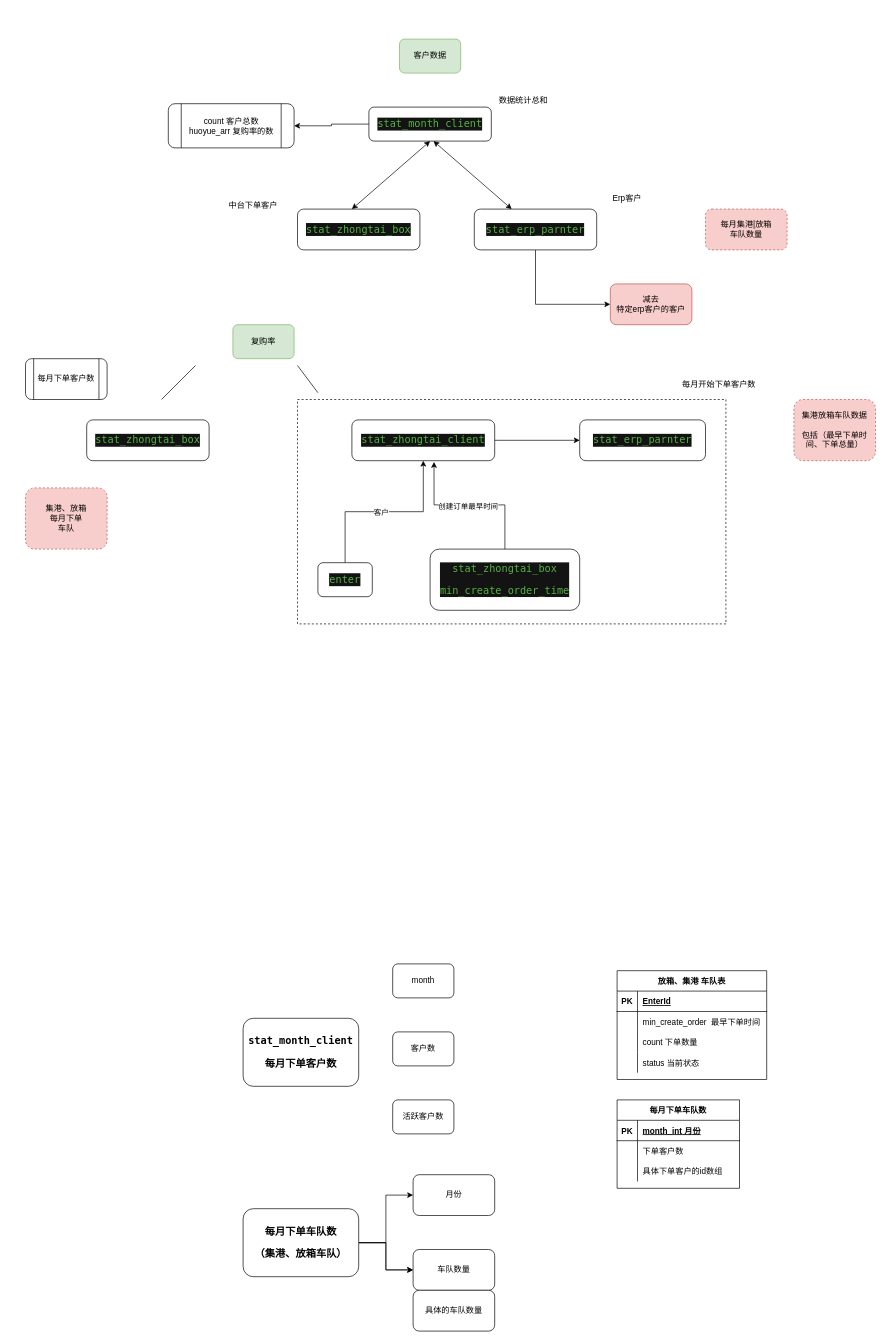
Before: 数据分析-客户数据.drawio in gongyao1992/draw, a draw.io diagram. Source tidied: cells renumbered, new cells numbered last; positions are measured from the earlier drawing's top-left corner, leaving out a move shared by most shapes. Both pictures are drawn from the tidied source at 68%, with x=0, y=0 at pixel (25, 39).
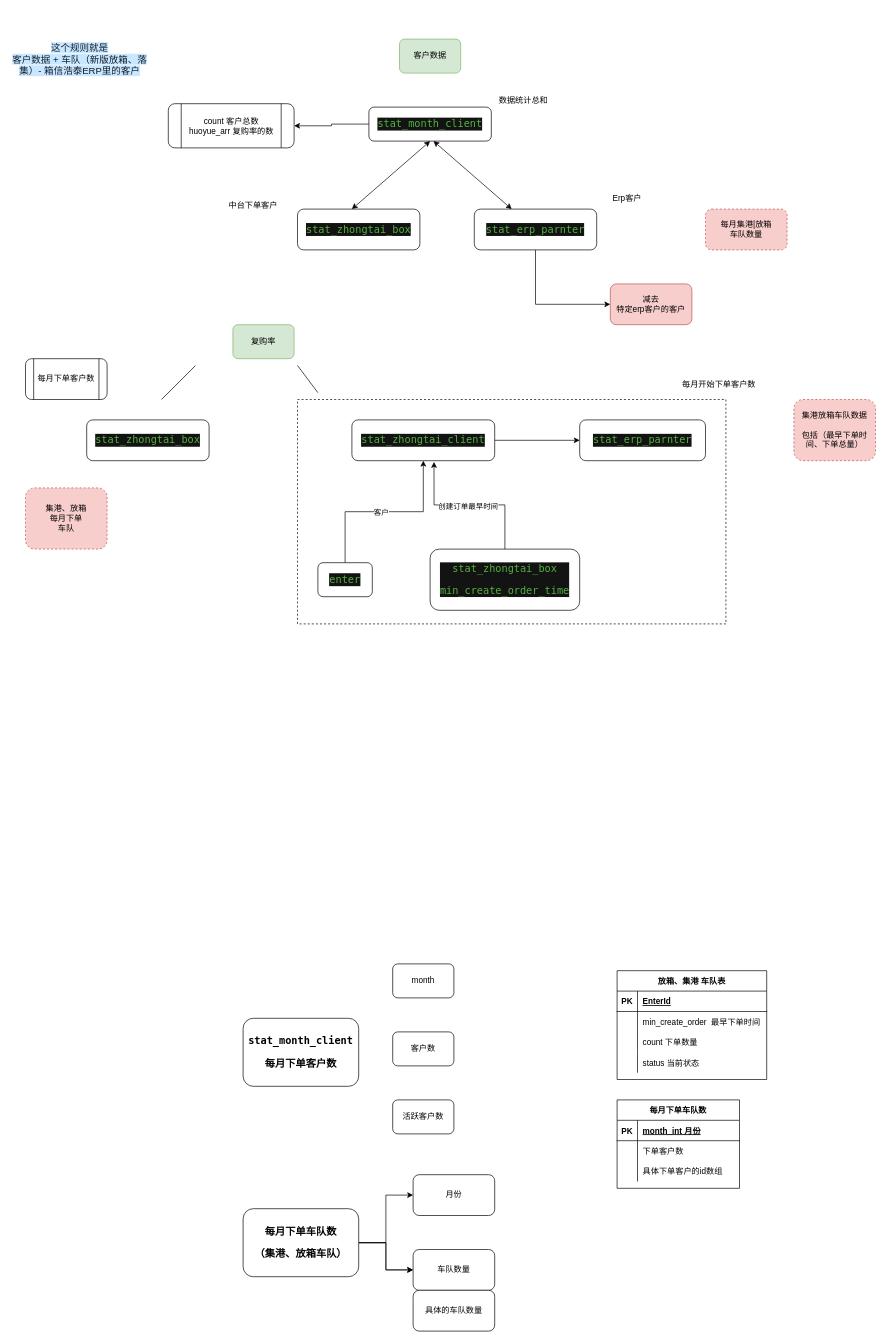
Above is the later version.

Commit message:
更新数据分析-客户数据.drawio

What changed in the source:
```diff
@@
+    <mxCell id="68" value="&lt;span style=&quot;color: rgb(17 , 31 , 44) ; font-family: , , &amp;#34;pingfang sc&amp;#34; , &amp;#34;hiragino sans gb&amp;#34; , &amp;#34;segoe ui&amp;#34; , , &amp;#34;roboto&amp;#34; , &amp;#34;droid sans&amp;#34; , &amp;#34;helvetica neue&amp;#34; , sans-serif ; font-size: 14px ; text-align: left ; background-color: rgb(201 , 231 , 255)&quot;&gt;这个规则就是&lt;br/&gt;客户数据 + 车队（新版放箱、落集）- 箱信浩泰ERP里的客户&lt;/span&gt;" style="text;html=1;strokeColor=none;fillColor=none;align=center;verticalAlign=middle;whiteSpace=wrap;rounded=0;" parent="1" vertex="1">
+      <mxGeometry x="-20" y="-40" width="200" height="140" as="geometry" />
+    </mxCell>
```
